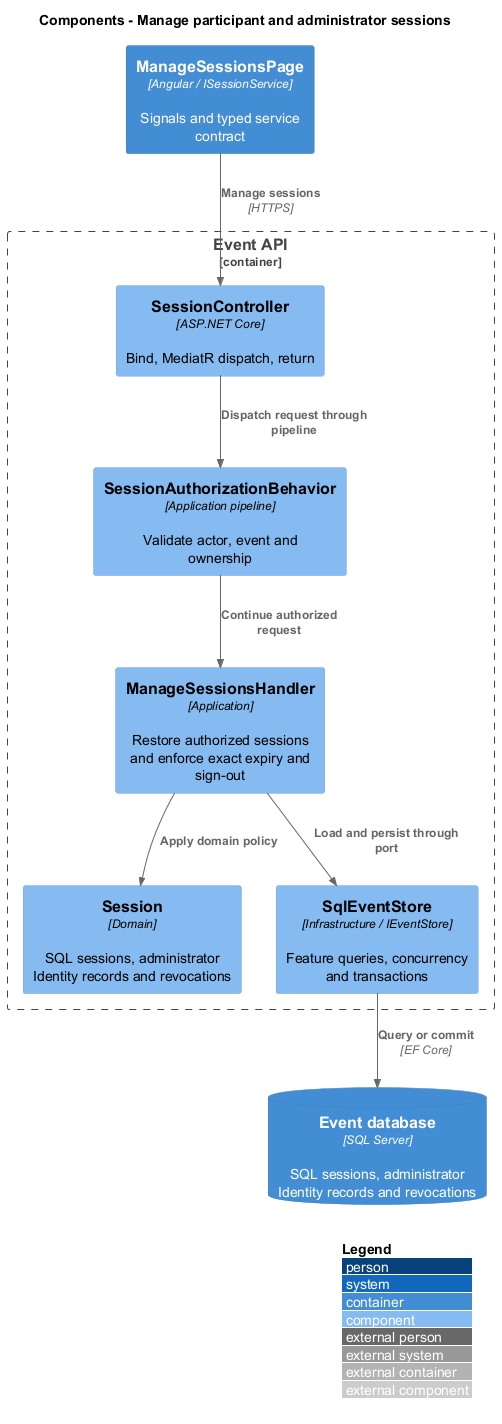
Earlier version of the PlantUML export docs/detailed-designs/access/manage-sessions/diagrams/c4-component.png (QuinntyneBrown/faithtech-toronto-ai-build-event).
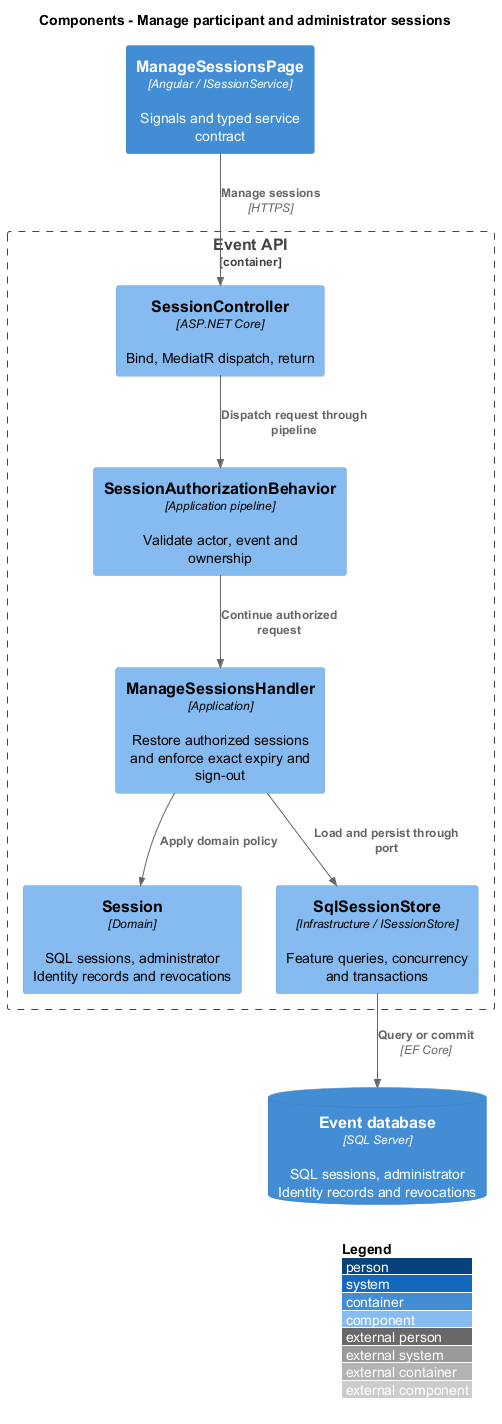
The same diagram one commit later.

What changed in the source:
```diff
@@ -8,7 +8,7 @@
 Component(gate, "SessionAuthorizationBehavior", "Application pipeline", "Validate actor, event and ownership")
 Component(handler, "ManageSessionsHandler", "Application", "Restore authorized sessions and enforce exact expiry and sign-out")
 Component(entity, "Session", "Domain", "SQL sessions, administrator Identity records and revocations")
-Component(store, "SqlEventStore", "Infrastructure / IEventStore", "Feature queries, concurrency and transactions")
+Component(store, "SqlSessionStore", "Infrastructure / ISessionStore", "Feature queries, concurrency and transactions")
 }
 ContainerDb(db, "Event database", "SQL Server", "SQL sessions, administrator Identity records and revocations")
 Rel(ui, ctrl, "Manage sessions", "HTTPS")
```
